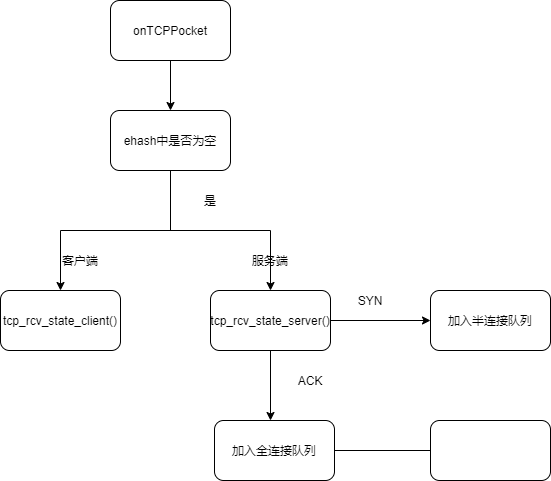
Above: docs/image/handshake.png in KuangjuX-Archived/TrivalTCPStack (draw.io), before the change. Source tidied: cells renumbered, new cells last; positions are measured from the earlier drawing's top-left corner, leaving out a move shared by most shapes.
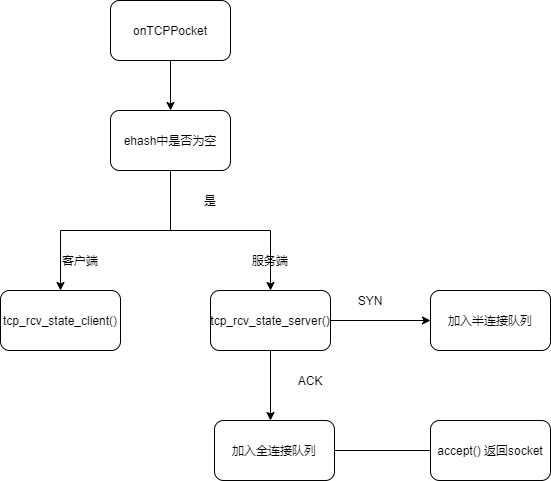
After the change.

Diff of the diagram source:
```diff
@@ -77,7 +77,7 @@
         <mxPoint x="440" y="450" as="targetPoint" />
       </mxGeometry>
     </mxCell>
-    <mxCell id="21" style="rounded=1;whiteSpace=wrap;html=1;" parent="1" vertex="1">
+    <mxCell id="21" value="accept() 返回socket" style="rounded=1;whiteSpace=wrap;html=1;" parent="1" vertex="1">
       <mxGeometry x="430" y="420" width="120" height="60" as="geometry" />
     </mxCell>
   </root>
```
